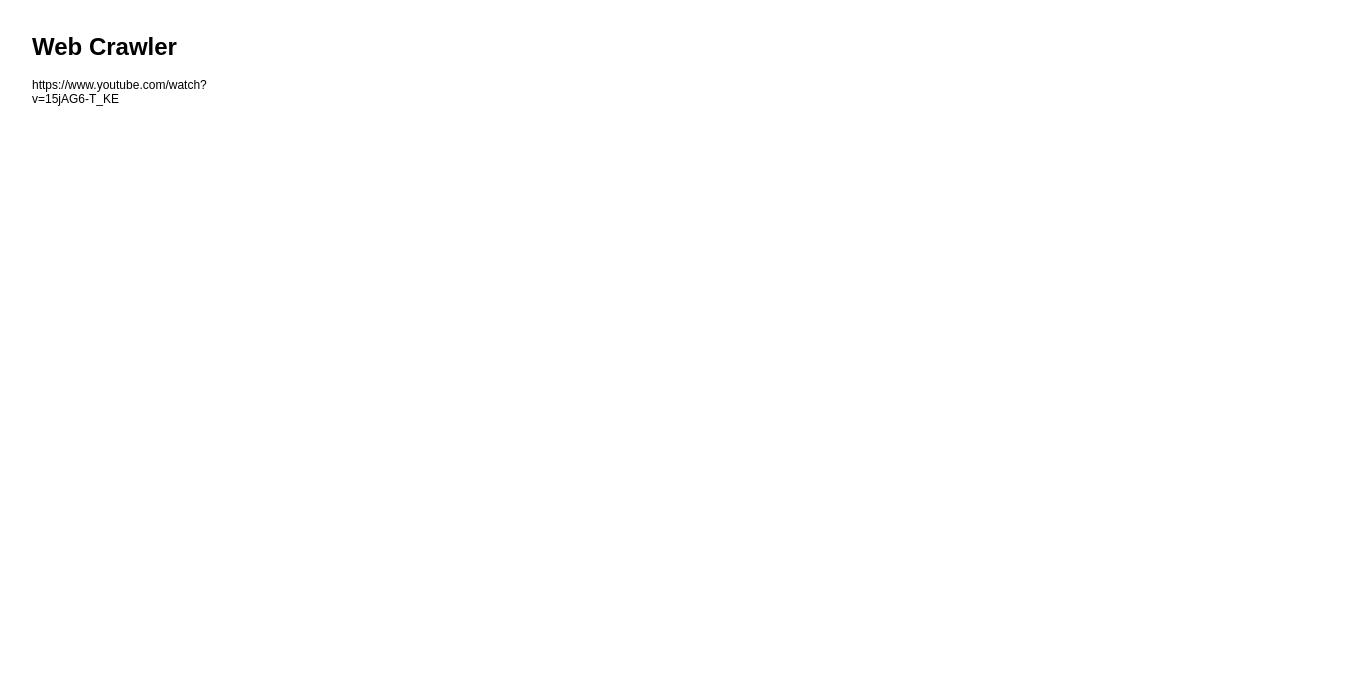
zyy890316/CS-Notes keeps this draw.io diagram as System Design Diagrams/Crawler Diagram.drawio. Above is the earlier version. Source tidied: cells renumbered, new cells numbered last; positions are measured from the earlier drawing's top-left corner, leaving out a move shared by most shapes. Both pictures are drawn from the tidied source at 100%, with x=0, y=0 at pixel (27, 27).
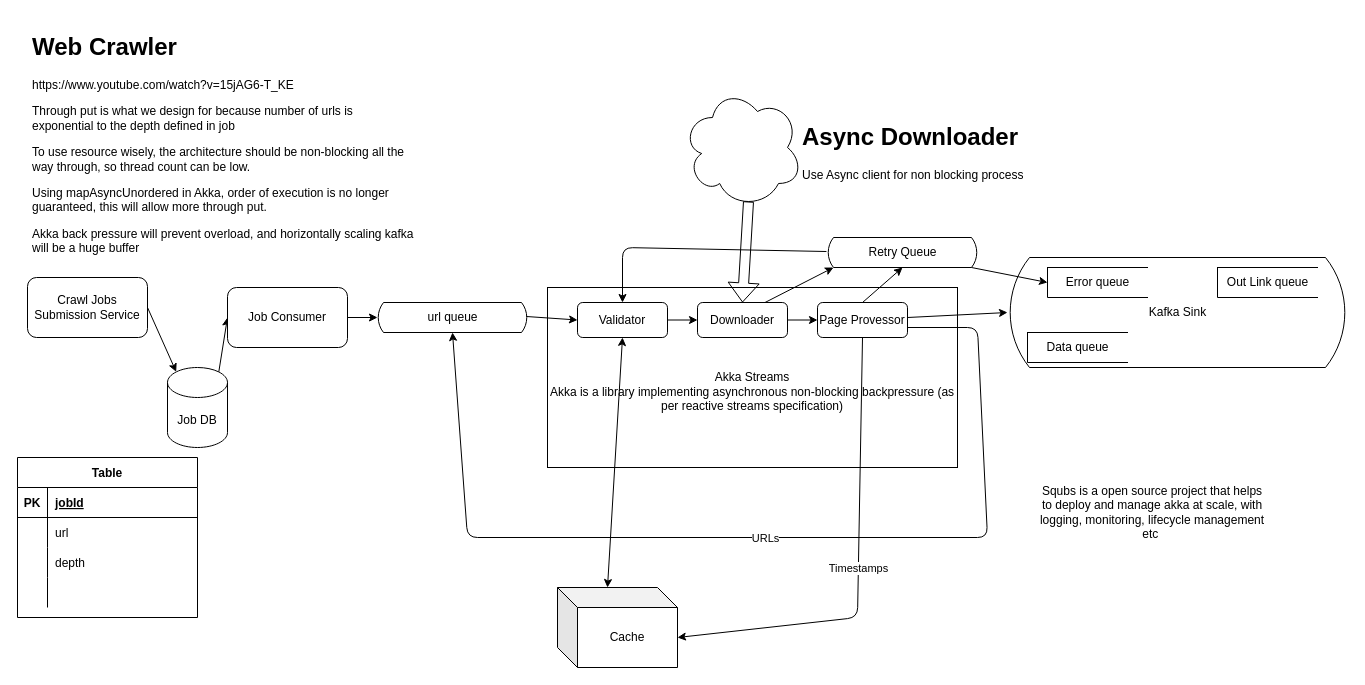
The same diagram, later.

Commit message (it also covers changes not shown here):
calender 1/2/3, system design

Diff of the diagram source:
```diff
@@
-    <mxCell id="2" value="&lt;h1&gt;Web Crawler&lt;/h1&gt;&lt;p&gt;https://www.youtube.com/watch?v=15jAG6-T_KE&lt;/p&gt;" style="text;html=1;strokeColor=none;fillColor=none;spacing=5;spacingTop=-20;whiteSpace=wrap;overflow=hidden;rounded=0;" parent="1" vertex="1">
-      <mxGeometry width="190" height="120" as="geometry" />
+    <mxCell id="2" value="&lt;h1&gt;Web Crawler&lt;/h1&gt;&lt;p&gt;https://www.youtube.com/watch?v=15jAG6-T_KE&lt;/p&gt;&lt;p&gt;Through put is what we design for because number of urls is exponential to the depth defined in job&lt;/p&gt;&lt;p&gt;To use resource wisely, the architecture should be non-blocking all the way through, so thread count can be low.&amp;nbsp;&lt;/p&gt;&lt;p&gt;Using&amp;nbsp;mapAsyncUnordered in Akka, order of execution is no longer guaranteed, this will allow more through put.&lt;/p&gt;&lt;p&gt;Akka back pressure will prevent overload, and horizontally scaling kafka will be a huge buffer&lt;/p&gt;" style="text;html=1;strokeColor=none;fillColor=none;spacing=5;spacingTop=-20;whiteSpace=wrap;overflow=hidden;rounded=0;" parent="1" vertex="1">
+      <mxGeometry width="390" height="230" as="geometry" />
     </mxCell>
+    <mxCell id="3" value="Crawl Jobs Submission Service" style="rounded=1;whiteSpace=wrap;html=1;" parent="1" vertex="1">
+      <mxGeometry y="250" width="120" height="60" as="geometry" />
+    </mxCell>
+    <mxCell id="4" value="Job DB" style="shape=cylinder3;whiteSpace=wrap;html=1;boundedLbl=1;backgroundOutline=1;size=15;" parent="1" vertex="1">
+      <mxGeometry x="140" y="340" width="60" height="80" as="geometry" />
+    </mxCell>
+    <mxCell id="5" style="endArrow=classic;html=1;exitX=1;exitY=0.5;exitDx=0;exitDy=0;entryX=0.145;entryY=0;entryDx=0;entryDy=4.35;entryPerimeter=0;" parent="1" edge="1" source="3" target="4">
+      <mxGeometry relative="1" as="geometry" />
+    </mxCell>
+    <mxCell id="6" value="url queue" style="html=1;dashed=0;whitespace=wrap;shape=mxgraph.dfd.loop;" parent="1" vertex="1">
+      <mxGeometry x="350" y="275" width="150" height="30" as="geometry" />
+    </mxCell>
+    <mxCell id="7" value="Table" style="shape=table;startSize=30;childLayout=tableLayout;rowLines=0;fontStyle=1;align=center;" parent="1" vertex="1">
+      <mxGeometry x="-10" y="430" width="180" height="160" as="geometry" />
+    </mxCell>
+    <mxCell id="8" style="shape=partialRectangle;fillColor=none;top=0;left=0;bottom=1;right=0;" parent="7" vertex="1">
+      <mxGeometry y="30" width="180" height="30" as="geometry" />
+    </mxCell>
+    <mxCell id="9" value="PK" style="shape=partialRectangle;fillColor=none;top=0;left=0;bottom=0;right=0;fontStyle=1;overflow=hidden;" parent="8" vertex="1">
+      <mxGeometry width="30" height="30" as="geometry" />
+    </mxCell>
+    <mxCell id="10" value="jobId" style="shape=partialRectangle;fillColor=none;top=0;left=0;bottom=0;right=0;align=left;spacingLeft=6;fontStyle=5;overflow=hidden;" parent="8" vertex="1">
+      <mxGeometry x="30" width="150" height="30" as="geometry" />
+    </mxCell>
+    <mxCell id="11" style="shape=partialRectangle;fillColor=none;top=0;left=0;bottom=0;right=0;" parent="7" vertex="1">
+      <mxGeometry y="60" width="180" height="30" as="geometry" />
+    </mxCell>
+    <mxCell id="12" style="shape=partialRectangle;fillColor=none;top=0;left=0;bottom=0;right=0;overflow=hidden;" parent="11" vertex="1">
+      <mxGeometry width="30" height="30" as="geometry" />
+    </mxCell>
+    <mxCell id="13" value="url" style="shape=partialRectangle;fillColor=none;top=0;left=0;bottom=0;right=0;align=left;spacingLeft=6;overflow=hidden;" parent="11" vertex="1">
+      <mxGeometry x="30" width="150" height="30" as="geometry" />
+    </mxCell>
+    <mxCell id="14" style="shape=partialRectangle;fillColor=none;top=0;left=0;bottom=0;right=0;" parent="7" vertex="1">
+      <mxGeometry y="90" width="180" height="30" as="geometry" />
+    </mxCell>
+    <mxCell id="15" style="shape=partialRectangle;fillColor=none;top=0;left=0;bottom=0;right=0;overflow=hidden;" parent="14" vertex="1">
+      <mxGeometry width="30" height="30" as="geometry" />
+    </mxCell>
+    <mxCell id="16" value="depth" style="shape=partialRectangle;fillColor=none;top=0;left=0;bottom=0;right=0;align=left;spacingLeft=6;overflow=hidden;" parent="14" vertex="1">
+      <mxGeometry x="30" width="150" height="30" as="geometry" />
+    </mxCell>
+    <mxCell id="17" style="shape=partialRectangle;fillColor=none;top=0;left=0;bottom=0;right=0;" parent="7" vertex="1">
+      <mxGeometry y="120" width="180" height="30" as="geometry" />
+    </mxCell>
+    <mxCell id="18" style="shape=partialRectangle;fillColor=none;top=0;left=0;bottom=0;right=0;overflow=hidden;" parent="17" vertex="1">
+      <mxGeometry width="30" height="30" as="geometry" />
+    </mxCell>
+    <mxCell id="19" style="shape=partialRectangle;fillColor=none;top=0;left=0;bottom=0;right=0;align=left;spacingLeft=6;overflow=hidden;" parent="17" vertex="1">
+      <mxGeometry x="30" width="150" height="30" as="geometry" />
+    </mxCell>
+    <mxCell id="20" style="endArrow=classic;html=1;exitX=0.855;exitY=0;exitDx=0;exitDy=4.35;exitPerimeter=0;entryX=0;entryY=0.5;entryDx=0;entryDy=0;" parent="1" edge="1" source="4" target="22">
+      <mxGeometry relative="1" as="geometry" />
+    </mxCell>
+    <mxCell id="21" style="edgeStyle=orthogonalEdgeStyle;rounded=0;jettySize=auto;html=1;" parent="1" edge="1" source="22" target="6">
+      <mxGeometry relative="1" as="geometry" />
+    </mxCell>
+    <mxCell id="22" value="Job Consumer" style="rounded=1;whiteSpace=wrap;html=1;" parent="1" vertex="1">
+      <mxGeometry x="200" y="260" width="120" height="60" as="geometry" />
+    </mxCell>
+    <mxCell id="23" value="&lt;br&gt;&lt;br&gt;Akka Streams&lt;br&gt;Akka is a library implementing asynchronous non-blocking backpressure (as per reactive streams specification)" style="rounded=0;whiteSpace=wrap;html=1;" parent="1" vertex="1">
+      <mxGeometry x="520" y="260" width="410" height="180" as="geometry" />
+    </mxCell>
+    <mxCell id="24" value="Validator" style="rounded=1;whiteSpace=wrap;html=1;" parent="1" vertex="1">
+      <mxGeometry x="550" y="275" width="90" height="35" as="geometry" />
+    </mxCell>
+    <mxCell id="25" value="Downloader" style="rounded=1;whiteSpace=wrap;html=1;" parent="1" vertex="1">
+      <mxGeometry x="670" y="275" width="90" height="35" as="geometry" />
+    </mxCell>
+    <mxCell id="26" style="shape=cloud;whiteSpace=wrap;html=1;" parent="1" vertex="1">
+      <mxGeometry x="655" y="60" width="120" height="120" as="geometry" />
+    </mxCell>
+    <mxCell id="27" style="shape=flexArrow;endArrow=classic;html=1;exitX=0.55;exitY=0.95;exitDx=0;exitDy=0;exitPerimeter=0;entryX=0.5;entryY=0;entryDx=0;entryDy=0;" parent="1" edge="1" source="26" target="25">
+      <mxGeometry relative="1" as="geometry" />
+    </mxCell>
+    <mxCell id="28" value="&lt;h1&gt;Async Downloader&lt;/h1&gt;&lt;div&gt;Use Async client for non blocking process&lt;/div&gt;" style="text;html=1;strokeColor=none;fillColor=none;spacing=5;spacingTop=-20;whiteSpace=wrap;overflow=hidden;rounded=0;" parent="1" vertex="1">
+      <mxGeometry x="770" y="90" width="240" height="120" as="geometry" />
+    </mxCell>
+    <mxCell id="29" value="Page Provessor" style="rounded=1;whiteSpace=wrap;html=1;" parent="1" vertex="1">
+      <mxGeometry x="790" y="275" width="90" height="35" as="geometry" />
+    </mxCell>
+    <mxCell id="30" style="endArrow=classic;html=1;entryX=0;entryY=0.5;entryDx=0;entryDy=0;entryPerimeter=0;" parent="1" edge="1" target="44">
+      <mxGeometry relative="1" as="geometry">
+        <mxPoint x="880" y="290" as="sourcePoint" />
+      </mxGeometry>
+    </mxCell>
+    <mxCell id="31" style="endArrow=classic;html=1;entryX=0.5;entryY=1;entryDx=0;entryDy=0;entryPerimeter=0;" parent="1" edge="1" target="6">
+      <mxGeometry relative="1" as="geometry">
+        <mxPoint x="880" y="300" as="sourcePoint" />
+        <Array as="points">
+          <mxPoint x="950" y="300" />
+          <mxPoint x="960" y="510" />
+          <mxPoint x="440" y="510" />
+        </Array>
+      </mxGeometry>
+    </mxCell>
+    <mxCell id="32" value="URLs" style="edgeLabel;html=1;align=center;verticalAlign=middle;" parent="31" vertex="1">
+      <mxGeometry relative="1" as="geometry" />
+    </mxCell>
+    <mxCell id="33" style="endArrow=classic;html=1;exitX=0.993;exitY=0.467;exitDx=0;exitDy=0;exitPerimeter=0;entryX=0;entryY=0.5;entryDx=0;entryDy=0;" parent="1" edge="1" source="6" target="24">
+      <mxGeometry relative="1" as="geometry" />
+    </mxCell>
+    <mxCell id="34" style="endArrow=classic;html=1;entryX=0;entryY=0.5;entryDx=0;entryDy=0;exitX=1;exitY=0.5;exitDx=0;exitDy=0;" parent="1" edge="1" source="24" target="25">
+      <mxGeometry relative="1" as="geometry" />
+    </mxCell>
+    <mxCell id="35" style="endArrow=classic;html=1;exitX=1;exitY=0.5;exitDx=0;exitDy=0;entryX=0;entryY=0.5;entryDx=0;entryDy=0;" parent="1" edge="1" source="25" target="29">
+      <mxGeometry relative="1" as="geometry" />
+    </mxCell>
+    <mxCell id="36" style="endArrow=classic;html=1;exitX=0.5;exitY=1;exitDx=0;exitDy=0;entryX=0;entryY=0;entryDx=120;entryDy=50;entryPerimeter=0;" parent="1" edge="1" source="29" target="39">
+      <mxGeometry relative="1" as="geometry">
+        <Array as="points">
+          <mxPoint x="830" y="590" />
+        </Array>
+      </mxGeometry>
+    </mxCell>
+    <mxCell id="37" value="Timestamps" style="edgeLabel;html=1;align=center;verticalAlign=middle;" parent="36" vertex="1">
+      <mxGeometry relative="1" as="geometry" />
+    </mxCell>
+    <mxCell id="38" style="endArrow=classic;startArrow=classic;html=1;entryX=0.5;entryY=1;entryDx=0;entryDy=0;exitX=0;exitY=0;exitDx=50;exitDy=0;exitPerimeter=0;" parent="1" edge="1" source="39" target="24">
+      <mxGeometry relative="1" as="geometry" />
+    </mxCell>
+    <mxCell id="39" value="Cache" style="shape=cube;whiteSpace=wrap;html=1;boundedLbl=1;backgroundOutline=1;darkOpacity=0.05;darkOpacity2=0.1;" parent="1" vertex="1">
+      <mxGeometry x="530" y="560" width="120" height="80" as="geometry" />
+    </mxCell>
+    <mxCell id="40" value="Retry Queue" style="html=1;dashed=0;whitespace=wrap;shape=mxgraph.dfd.loop;" parent="1" vertex="1">
+      <mxGeometry x="800" y="210" width="150" height="30" as="geometry" />
+    </mxCell>
+    <mxCell id="41" style="endArrow=classic;html=1;exitX=-0.007;exitY=0.467;exitDx=0;exitDy=0;exitPerimeter=0;entryX=0.5;entryY=0;entryDx=0;entryDy=0;" parent="1" edge="1" source="40" target="24">
+      <mxGeometry relative="1" as="geometry">
+        <Array as="points">
+          <mxPoint x="595" y="220" />
+        </Array>
+      </mxGeometry>
+    </mxCell>
+    <mxCell id="42" style="endArrow=classic;html=1;exitX=0.75;exitY=0;exitDx=0;exitDy=0;entryX=0;entryY=0;entryDx=6;entryDy=30;entryPerimeter=0;" parent="1" edge="1" source="25" target="40">
+      <mxGeometry relative="1" as="geometry" />
+    </mxCell>
+    <mxCell id="43" style="endArrow=classic;html=1;exitX=0.5;exitY=0;exitDx=0;exitDy=0;entryX=0.5;entryY=1;entryDx=0;entryDy=0;entryPerimeter=0;" parent="1" edge="1" source="29" target="40">
+      <mxGeometry relative="1" as="geometry" />
+    </mxCell>
+    <mxCell id="44" value="Kafka Sink" style="html=1;dashed=0;whitespace=wrap;shape=mxgraph.dfd.loop;" parent="1" vertex="1">
+      <mxGeometry x="980" y="230" width="340" height="110" as="geometry" />
+    </mxCell>
+    <mxCell id="45" value="Data queue" style="html=1;dashed=0;whitespace=wrap;shape=partialRectangle;right=0;" parent="1" vertex="1">
+      <mxGeometry x="1000" y="305" width="100" height="30" as="geometry" />
+    </mxCell>
+    <mxCell id="46" value="Error queue" style="html=1;dashed=0;whitespace=wrap;shape=partialRectangle;right=0;" parent="1" vertex="1">
+      <mxGeometry x="1020" y="240" width="100" height="30" as="geometry" />
+    </mxCell>
+    <mxCell id="47" style="endArrow=classic;html=1;entryX=0;entryY=0.5;entryDx=0;entryDy=0;exitX=0;exitY=0;exitDx=144;exitDy=30;exitPerimeter=0;" parent="1" edge="1" source="40" target="46">
+      <mxGeometry relative="1" as="geometry" />
+    </mxCell>
+    <mxCell id="48" value="Out Link queue" style="html=1;dashed=0;whitespace=wrap;shape=partialRectangle;right=0;" parent="1" vertex="1">
+      <mxGeometry x="1190" y="240" width="100" height="30" as="geometry" />
+    </mxCell>
+    <mxCell id="49" value="Squbs is a open source project that helps to deploy and manage akka at scale, with logging, monitoring, lifecycle management etc&amp;nbsp;" style="text;html=1;strokeColor=none;fillColor=none;align=center;verticalAlign=middle;whiteSpace=wrap;rounded=0;" parent="1" vertex="1">
+      <mxGeometry x="1010" y="420" width="230" height="130" as="geometry" />
+    </mxCell>
```
